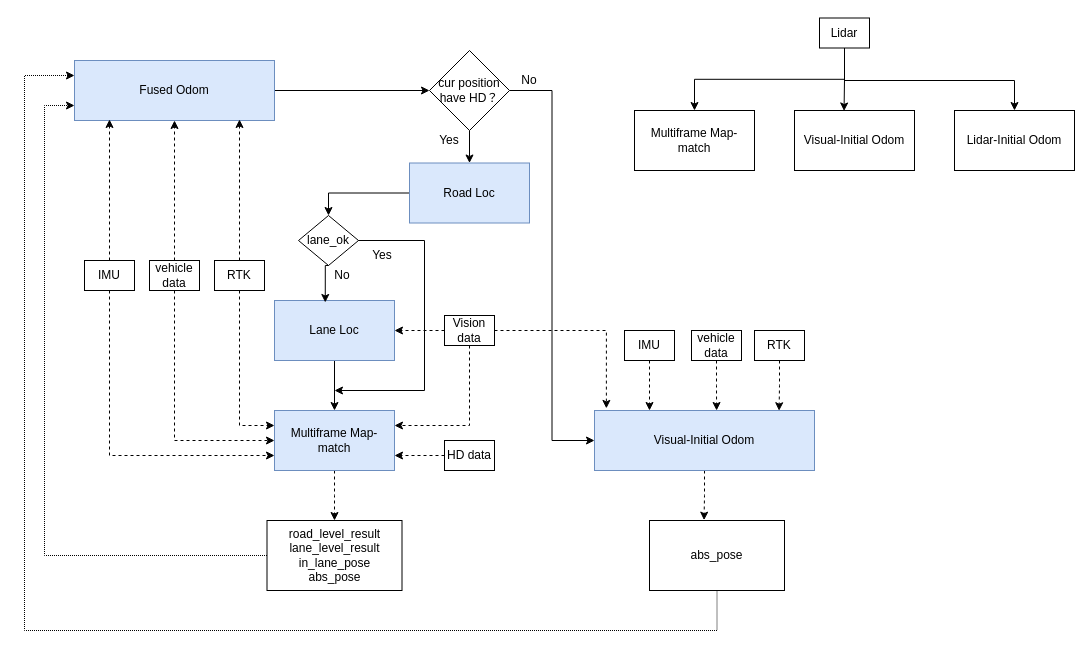
This is new_city_loc_2.drawio from xhzhuhit/Trajectory_Compression_Algorithms, a draw.io file, before an edit. Source tidied: cells renumbered, new cells numbered last; positions are measured from the earlier drawing's top-left corner, leaving out a move shared by most shapes. Both pictures are drawn from the tidied source at 100%, with x=0, y=0 at pixel (24, 18).
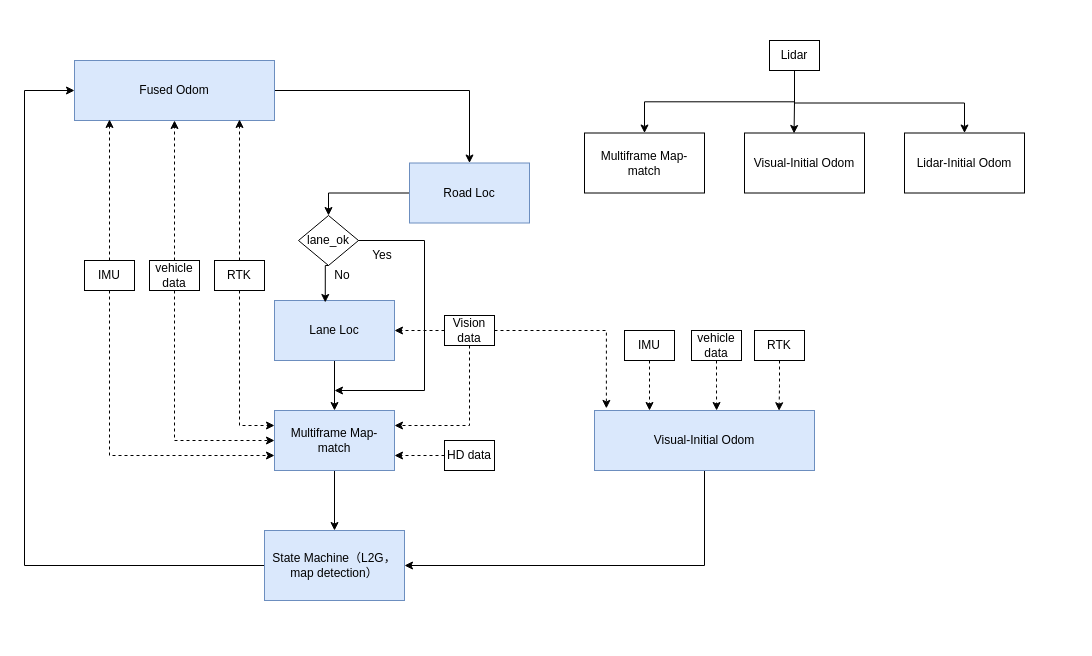
The same page after the edit.

The change refers to these unchanged cells:
```xml
<mxCell id="3" value="Fused Odom" style="rounded=0;whiteSpace=wrap;html=1;fillColor=#dae8fc;strokeColor=#6c8ebf;" parent="1" vertex="1">
  <mxGeometry x="50" y="42" width="200" height="60" as="geometry" />
</mxCell>
<mxCell id="14" value="Road Loc" style="rounded=0;whiteSpace=wrap;html=1;fillColor=#dae8fc;strokeColor=#6c8ebf;" parent="1" vertex="1">
  <mxGeometry x="385" y="144.5" width="120" height="60" as="geometry" />
</mxCell>
<mxCell id="26" value="Multiframe Map-match" style="rounded=0;whiteSpace=wrap;html=1;fillColor=#dae8fc;strokeColor=#6c8ebf;" parent="1" vertex="1">
  <mxGeometry x="250" y="392" width="120" height="60" as="geometry" />
</mxCell>
<mxCell id="28" value="&lt;div&gt;Visual-Initial Odom&lt;/div&gt;" style="rounded=0;whiteSpace=wrap;html=1;fillColor=#dae8fc;strokeColor=#6c8ebf;" parent="1" vertex="1">
  <mxGeometry x="570" y="392" width="220" height="60" as="geometry" />
</mxCell>
```

What changed in the source:
```diff
@@
-    <mxCell id="2" style="edgeStyle=orthogonalEdgeStyle;rounded=0;jettySize=auto;html=1;entryX=0;entryY=0.5;entryDx=0;entryDy=0;" parent="1" edge="1" source="3" target="17">
-      <mxGeometry relative="1" as="geometry" />
-    </mxCell>
+    <mxCell id="54" style="edgeStyle=orthogonalEdgeStyle;rounded=0;jettySize=auto;html=1;entryX=0.5;entryY=0;entryDx=0;entryDy=0;" parent="1" edge="1" source="3" target="14">
+      <mxGeometry relative="1" as="geometry" />
+    </mxCell>
@@
-    <mxCell id="15" style="edgeStyle=orthogonalEdgeStyle;rounded=0;jettySize=auto;html=1;exitX=0.5;exitY=1;exitDx=0;exitDy=0;" parent="1" edge="1" source="17" target="14">
-      <mxGeometry relative="1" as="geometry" />
-    </mxCell>
-    <mxCell id="16" style="edgeStyle=orthogonalEdgeStyle;rounded=0;jettySize=auto;html=1;entryX=0;entryY=0.5;entryDx=0;entryDy=0;" parent="1" edge="1" source="17" target="28">
-      <mxGeometry relative="1" as="geometry" />
-    </mxCell>
-    <mxCell id="17" value="&lt;div&gt;cur position&lt;br&gt;&lt;/div&gt;&lt;div&gt;have HD？&lt;/div&gt;" style="rhombus;whiteSpace=wrap;html=1;" parent="1" vertex="1">
-      <mxGeometry x="405" y="32" width="80" height="80" as="geometry" />
-    </mxCell>
@@
-    <mxCell id="24" value="Yes" style="text;html=1;strokeColor=none;fillColor=none;align=center;verticalAlign=middle;whiteSpace=wrap;rounded=0;" parent="1" vertex="1">
-      <mxGeometry x="405" y="112" width="40" height="20" as="geometry" />
-    </mxCell>
-    <mxCell id="25" style="edgeStyle=orthogonalEdgeStyle;rounded=0;jettySize=auto;html=1;dashed=1;" parent="1" edge="1" source="26">
-      <mxGeometry relative="1" as="geometry">
-        <mxPoint x="310" y="502" as="targetPoint" />
-      </mxGeometry>
-    </mxCell>
+    <mxCell id="55" style="edgeStyle=orthogonalEdgeStyle;rounded=0;jettySize=auto;html=1;exitX=0.5;exitY=1;exitDx=0;exitDy=0;" parent="1" edge="1" source="26" target="46">
+      <mxGeometry relative="1" as="geometry" />
+    </mxCell>
@@
-    <mxCell id="27" style="edgeStyle=orthogonalEdgeStyle;rounded=0;jettySize=auto;html=1;entryX=0.404;entryY=-0.005;entryDx=0;entryDy=0;entryPerimeter=0;dashed=1;" parent="1" edge="1" source="28" target="46">
-      <mxGeometry relative="1" as="geometry" />
+    <mxCell id="27" style="edgeStyle=orthogonalEdgeStyle;rounded=0;jettySize=auto;html=1;entryX=1;entryY=0.5;entryDx=0;entryDy=0;" parent="1" edge="1" source="28" target="46">
+      <mxGeometry relative="1" as="geometry">
+        <Array as="points">
+          <mxPoint x="680" y="547" />
+        </Array>
+      </mxGeometry>
     </mxCell>
@@
     <mxCell id="29" value="Multiframe Map-match" style="rounded=0;whiteSpace=wrap;html=1;" parent="1" vertex="1">
-      <mxGeometry x="610" y="92" width="120" height="60" as="geometry" />
+      <mxGeometry x="560" y="114.5" width="120" height="60" as="geometry" />
     </mxCell>
@@
     <mxCell id="38" style="edgeStyle=orthogonalEdgeStyle;rounded=0;jettySize=auto;html=1;" parent="1" edge="1" source="39" target="53">
       <mxGeometry relative="1" as="geometry">
         <Array as="points">
-          <mxPoint x="820" y="62" />
-          <mxPoint x="990" y="62" />
+          <mxPoint x="770" y="84.5" />
+          <mxPoint x="940" y="84.5" />
         </Array>
       </mxGeometry>
     </mxCell>
     <mxCell id="39" value="Lidar" style="rounded=0;whiteSpace=wrap;html=1;" parent="1" vertex="1">
-      <mxGeometry x="795" y="-0.5" width="50" height="30" as="geometry" />
+      <mxGeometry x="745" y="22" width="50" height="30" as="geometry" />
     </mxCell>
-    <mxCell id="40" value="No" style="text;html=1;strokeColor=none;fillColor=none;align=center;verticalAlign=middle;whiteSpace=wrap;rounded=0;" parent="1" vertex="1">
-      <mxGeometry x="485" y="52" width="40" height="20" as="geometry" />
-    </mxCell>
@@
-    <mxCell id="43" style="edgeStyle=orthogonalEdgeStyle;rounded=0;jettySize=auto;html=1;entryX=0;entryY=0.75;entryDx=0;entryDy=0;dashed=1;dashPattern=1 1;" parent="1" edge="1" source="44" target="3">
-      <mxGeometry relative="1" as="geometry">
-        <Array as="points">
-          <mxPoint x="20" y="537" />
-          <mxPoint x="20" y="87" />
-        </Array>
-      </mxGeometry>
-    </mxCell>
-    <mxCell id="44" value="&lt;div&gt;road_level_result&lt;/div&gt;&lt;div&gt;lane_level_result&lt;/div&gt;&lt;div&gt;in_lane_pose&lt;/div&gt;&lt;div&gt;abs_pose&lt;br&gt;&lt;/div&gt;" style="rounded=0;whiteSpace=wrap;html=1;" parent="1" vertex="1">
-      <mxGeometry x="242.5" y="502" width="135" height="70" as="geometry" />
-    </mxCell>
-    <mxCell id="45" style="edgeStyle=orthogonalEdgeStyle;rounded=0;jettySize=auto;html=1;entryX=0;entryY=0.25;entryDx=0;entryDy=0;dashed=1;dashPattern=1 1;" parent="1" edge="1" source="46" target="3">
+    <mxCell id="45" style="edgeStyle=orthogonalEdgeStyle;rounded=0;jettySize=auto;html=1;entryX=0;entryY=0.5;entryDx=0;entryDy=0;" parent="1" edge="1" source="46" target="3">
       <mxGeometry relative="1" as="geometry">
         <Array as="points">
-          <mxPoint x="693" y="612" />
-          <mxPoint y="612" />
-          <mxPoint y="57" />
+          <mxPoint y="547" />
+          <mxPoint y="72" />
         </Array>
       </mxGeometry>
     </mxCell>
-    <mxCell id="46" value="abs_pose" style="rounded=0;whiteSpace=wrap;html=1;" parent="1" vertex="1">
-      <mxGeometry x="625" y="502" width="135" height="70" as="geometry" />
+    <mxCell id="46" value="State Machine（L2G，map detection）" style="rounded=0;whiteSpace=wrap;html=1;fillColor=#dae8fc;strokeColor=#6c8ebf;" parent="1" vertex="1">
+      <mxGeometry x="240" y="512" width="140" height="70" as="geometry" />
     </mxCell>
@@
     <mxCell id="52" value="Visual-Initial Odom" style="rounded=0;whiteSpace=wrap;html=1;" parent="1" vertex="1">
-      <mxGeometry x="770" y="92" width="120" height="60" as="geometry" />
+      <mxGeometry x="720" y="114.5" width="120" height="60" as="geometry" />
     </mxCell>
     <mxCell id="53" value="Lidar-Initial Odom" style="rounded=0;whiteSpace=wrap;html=1;" parent="1" vertex="1">
-      <mxGeometry x="930" y="92" width="120" height="60" as="geometry" />
+      <mxGeometry x="880" y="114.5" width="120" height="60" as="geometry" />
     </mxCell>
```
